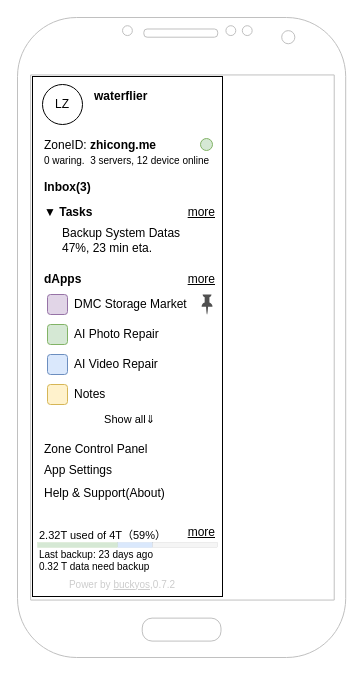
buckyos/buckyos keeps this draw.io diagram as page "TaskBar" (2 of 18) of doc/UI.drawio. Above is the earlier version. Source tidied: cells renumbered, new cells numbered last; positions are measured from the earlier drawing's top-left corner, leaving out a move shared by most shapes. Both pictures are drawn from the tidied source at 100%, with x=0, y=0 at pixel (17, 17).
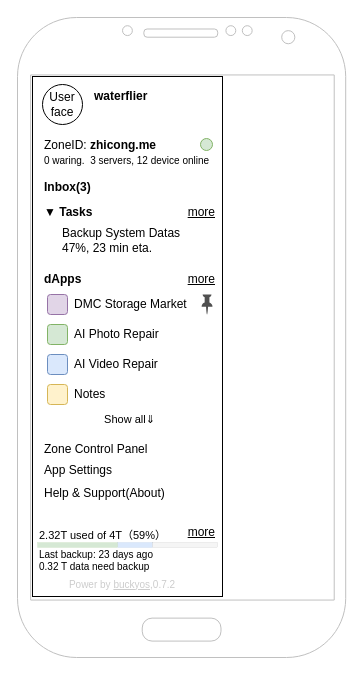
Above is the later version.

What changed in the source:
```diff
@@
-    <mxCell id="4" value="LZ" style="ellipse;whiteSpace=wrap;html=1;" parent="1" vertex="1">
+    <mxCell id="4" value="User&lt;br&gt;face" style="ellipse;whiteSpace=wrap;html=1;" parent="1" vertex="1">
       <mxGeometry x="25" y="67" width="40" height="40" as="geometry" />
     </mxCell>
```
